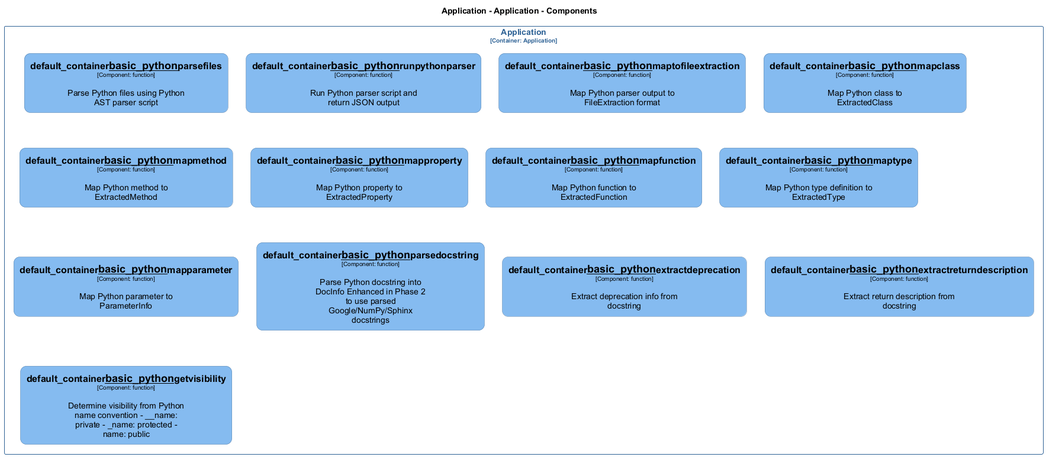
Earlier version of the PlantUML export docs/architecture/diagrams/structurizr-Classes_default_container__basic_python.png (chrislyons-dev/archlette).
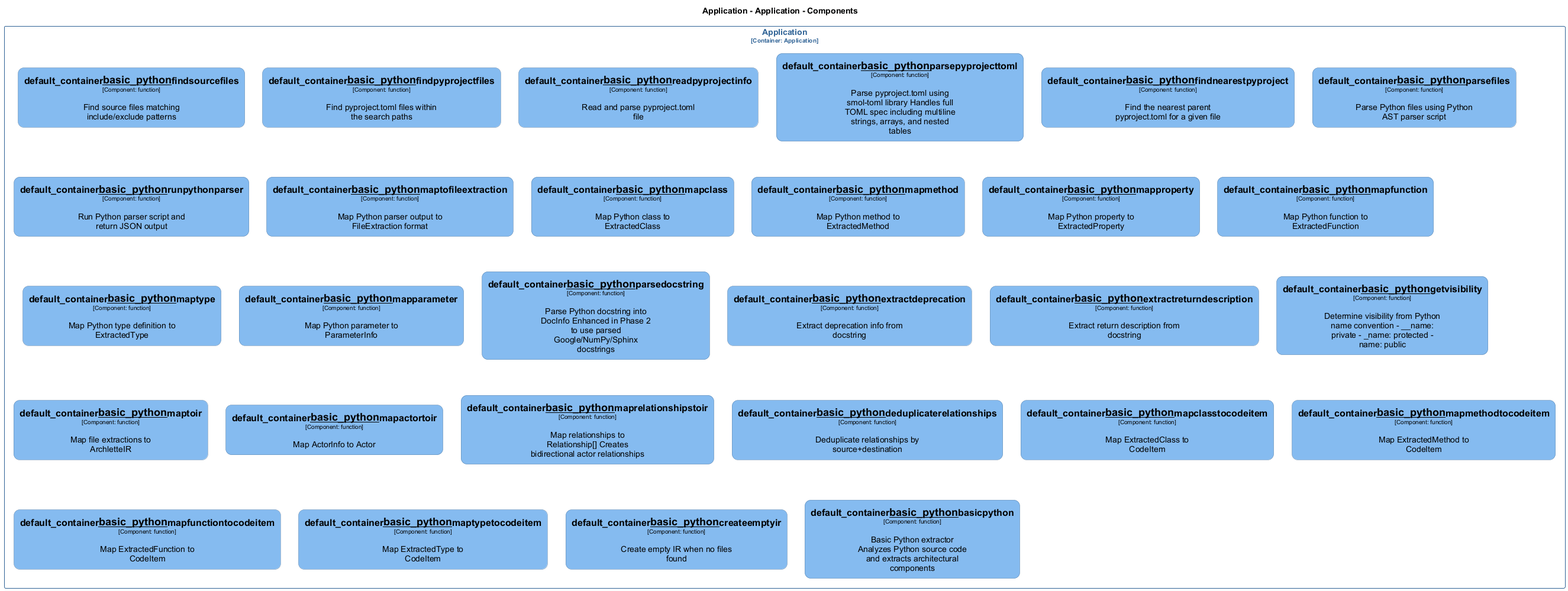
After the commit.

The edit, as a diff of the source:
```diff
@@ -16,6 +16,27 @@
 
 hide stereotype
 
+skinparam rectangle<<Application.Application.default_container__basic_python__basicpython>> {
+  BackgroundColor #85bbf0
+  FontColor #000000
+  BorderColor #5d82a8
+  roundCorner 20
+  shadowing false
+}
+skinparam rectangle<<Application.Application.default_container__basic_python__createemptyir>> {
+  BackgroundColor #85bbf0
+  FontColor #000000
+  BorderColor #5d82a8
+  roundCorner 20
+  shadowing false
+}
+skinparam rectangle<<Application.Application.default_container__basic_python__deduplicaterelationships>> {
+  BackgroundColor #85bbf0
+  FontColor #000000
+  BorderColor #5d82a8
+  roundCorner 20
+  shadowing false
+}
 skinparam rectangle<<Application.Application.default_container__basic_python__extractdeprecation>> {
   BackgroundColor #85bbf0
   FontColor #000000
@@ -30,7 +51,35 @@
   roundCorner 20
   shadowing false
 }
+skinparam rectangle<<Application.Application.default_container__basic_python__findnearestpyproject>> {
+  BackgroundColor #85bbf0
+  FontColor #000000
+  BorderColor #5d82a8
+  roundCorner 20
+  shadowing false
+}
+skinparam rectangle<<Application.Application.default_container__basic_python__findpyprojectfiles>> {
+  BackgroundColor #85bbf0
+  FontColor #000000
+  BorderColor #5d82a8
+  roundCorner 20
+  shadowing false
+}
+skinparam rectangle<<Application.Application.default_container__basic_python__findsourcefiles>> {
+  BackgroundColor #85bbf0
+  FontColor #000000
+  BorderColor #5d82a8
+  roundCorner 20
+  shadowing false
+}
 skinparam rectangle<<Application.Application.default_container__basic_python__getvisibility>> {
+  BackgroundColor #85bbf0
+  FontColor #000000
+  BorderColor #5d82a8
+  roundCorner 20
+  shadowing false
+}
+skinparam rectangle<<Application.Application.default_container__basic_python__mapactortoir>> {
   BackgroundColor #85bbf0
   FontColor #000000
   BorderColor #5d82a8
@@ -44,6 +93,13 @@
   roundCorner 20
   shadowing false
 }
+skinparam rectangle<<Application.Application.default_container__basic_python__mapclasstocodeitem>> {
+  BackgroundColor #85bbf0
+  FontColor #000000
+  BorderColor #5d82a8
+  roundCorner 20
+  shadowing false
+}
 skinparam rectangle<<Application.Application.default_container__basic_python__mapfunction>> {
   BackgroundColor #85bbf0
   FontColor #000000
@@ -51,7 +107,21 @@
   roundCorner 20
   shadowing false
 }
+skinparam rectangle<<Application.Application.default_container__basic_python__mapfunctiontocodeitem>> {
+  BackgroundColor #85bbf0
+  FontColor #000000
+  BorderColor #5d82a8
+  roundCorner 20
+  shadowing false
+}
 skinparam rectangle<<Application.Application.default_container__basic_python__mapmethod>> {
+  BackgroundColor #85bbf0
+  FontColor #000000
+  BorderColor #5d82a8
+  roundCorner 20
+  shadowing false
+}
+skinparam rectangle<<Application.Application.default_container__basic_python__mapmethodtocodeitem>> {
   BackgroundColor #85bbf0
   FontColor #000000
   BorderColor #5d82a8
@@ -72,6 +142,13 @@
   roundCorner 20
   shadowing false
 }
+skinparam rectangle<<Application.Application.default_container__basic_python__maprelationshipstoir>> {
+  BackgroundColor #85bbf0
+  FontColor #000000
+  BorderColor #5d82a8
+  roundCorner 20
+  shadowing false
+}
 skinparam rectangle<<Application.Application.default_container__basic_python__maptofileextraction>> {
   BackgroundColor #85bbf0
   FontColor #000000
@@ -79,7 +156,21 @@
   roundCorner 20
   shadowing false
 }
+skinparam rectangle<<Application.Application.default_container__basic_python__maptoir>> {
+  BackgroundColor #85bbf0
+  FontColor #000000
+  BorderColor #5d82a8
+  roundCorner 20
+  shadowing false
+}
 skinparam rectangle<<Application.Application.default_container__basic_python__maptype>> {
+  BackgroundColor #85bbf0
+  FontColor #000000
+  BorderColor #5d82a8
+  roundCorner 20
+  shadowing false
+}
+skinparam rectangle<<Application.Application.default_container__basic_python__maptypetocodeitem>> {
   BackgroundColor #85bbf0
   FontColor #000000
   BorderColor #5d82a8
@@ -100,6 +191,20 @@
   roundCorner 20
   shadowing false
 }
+skinparam rectangle<<Application.Application.default_container__basic_python__parsepyprojecttoml>> {
+  BackgroundColor #85bbf0
+  FontColor #000000
+  BorderColor #5d82a8
+  roundCorner 20
+  shadowing false
+}
+skinparam rectangle<<Application.Application.default_container__basic_python__readpyprojectinfo>> {
+  BackgroundColor #85bbf0
+  FontColor #000000
+  BorderColor #5d82a8
+  roundCorner 20
+  shadowing false
+}
 skinparam rectangle<<Application.Application.default_container__basic_python__runpythonparser>> {
   BackgroundColor #85bbf0
   FontColor #000000
@@ -114,6 +219,11 @@
 }
 
 rectangle "Application\n<size:10>[Container: Application]</size>" <<Application.Application>> {
+  rectangle "==default_container__basic_python__findsourcefiles\n<size:10>[Component: function]</size>\n\nFind source files matching include/exclude patterns" <<Application.Application.default_container__basic_python__findsourcefiles>> as Application.Application.default_container__basic_python__findsourcefiles
+  rectangle "==default_container__basic_python__findpyprojectfiles\n<size:10>[Component: function]</size>\n\nFind pyproject.toml files within the search paths" <<Application.Application.default_container__basic_python__findpyprojectfiles>> as Application.Application.default_container__basic_python__findpyprojectfiles
+  rectangle "==default_container__basic_python__readpyprojectinfo\n<size:10>[Component: function]</size>\n\nRead and parse pyproject.toml file" <<Application.Application.default_container__basic_python__readpyprojectinfo>> as Application.Application.default_container__basic_python__readpyprojectinfo
+  rectangle "==default_container__basic_python__parsepyprojecttoml\n<size:10>[Component: function]</size>\n\nParse pyproject.toml using smol-toml library Handles full TOML spec including multiline strings, arrays, and nested tables" <<Application.Application.default_container__basic_python__parsepyprojecttoml>> as Application.Application.default_container__basic_python__parsepyprojecttoml
+  rectangle "==default_container__basic_python__findnearestpyproject\n<size:10>[Component: function]</size>\n\nFind the nearest parent pyproject.toml for a given file" <<Application.Application.default_container__basic_python__findnearestpyproject>> as Application.Application.default_container__basic_python__findnearestpyproject
   rectangle "==default_container__basic_python__parsefiles\n<size:10>[Component: function]</size>\n\nParse Python files using Python AST parser script" <<Application.Application.default_container__basic_python__parsefiles>> as Application.Application.default_container__basic_python__parsefiles
   rectangle "==default_container__basic_python__runpythonparser\n<size:10>[Component: function]</size>\n\nRun Python parser script and return JSON output" <<Application.Application.default_container__basic_python__runpythonparser>> as Application.Application.default_container__basic_python__runpythonparser
   rectangle "==default_container__basic_python__maptofileextraction\n<size:10>[Component: function]</size>\n\nMap Python parser output to FileExtraction format" <<Application.Application.default_container__basic_python__maptofileextraction>> as Application.Application.default_container__basic_python__maptofileextraction
@@ -127,6 +237,16 @@
   rectangle "==default_container__basic_python__extractdeprecation\n<size:10>[Component: function]</size>\n\nExtract deprecation info from docstring" <<Application.Application.default_container__basic_python__extractdeprecation>> as Application.Application.default_container__basic_python__extractdeprecation
   rectangle "==default_container__basic_python__extractreturndescription\n<size:10>[Component: function]</size>\n\nExtract return description from docstring" <<Application.Application.default_container__basic_python__extractreturndescription>> as Application.Application.default_container__basic_python__extractreturndescription
   rectangle "==default_container__basic_python__getvisibility\n<size:10>[Component: function]</size>\n\nDetermine visibility from Python name convention - __name: private - _name: protected - name: public" <<Application.Application.default_container__basic_python__getvisibility>> as Application.Application.default_container__basic_python__getvisibility
+  rectangle "==default_container__basic_python__maptoir\n<size:10>[Component: function]</size>\n\nMap file extractions to ArchletteIR" <<Application.Application.default_container__basic_python__maptoir>> as Application.Application.default_container__basic_python__maptoir
+  rectangle "==default_container__basic_python__mapactortoir\n<size:10>[Component: function]</size>\n\nMap ActorInfo to Actor" <<Application.Application.default_container__basic_python__mapactortoir>> as Application.Application.default_container__basic_python__mapactortoir
+  rectangle "==default_container__basic_python__maprelationshipstoir\n<size:10>[Component: function]</size>\n\nMap relationships to Relationship[] Creates bidirectional actor relationships" <<Application.Application.default_container__basic_python__maprelationshipstoir>> as Application.Application.default_container__basic_python__maprelationshipstoir
+  rectangle "==default_container__basic_python__deduplicaterelationships\n<size:10>[Component: function]</size>\n\nDeduplicate relationships by source+destination" <<Application.Application.default_container__basic_python__deduplicaterelationships>> as Application.Application.default_container__basic_python__deduplicaterelationships
+  rectangle "==default_container__basic_python__mapclasstocodeitem\n<size:10>[Component: function]</size>\n\nMap ExtractedClass to CodeItem" <<Application.Application.default_container__basic_python__mapclasstocodeitem>> as Application.Application.default_container__basic_python__mapclasstocodeitem
+  rectangle "==default_container__basic_python__mapmethodtocodeitem\n<size:10>[Component: function]</size>\n\nMap ExtractedMethod to CodeItem" <<Application.Application.default_container__basic_python__mapmethodtocodeitem>> as Application.Application.default_container__basic_python__mapmethodtocodeitem
+  rectangle "==default_container__basic_python__mapfunctiontocodeitem\n<size:10>[Component: function]</size>\n\nMap ExtractedFunction to CodeItem" <<Application.Application.default_container__basic_python__mapfunctiontocodeitem>> as Application.Application.default_container__basic_python__mapfunctiontocodeitem
+  rectangle "==default_container__basic_python__maptypetocodeitem\n<size:10>[Component: function]</size>\n\nMap ExtractedType to CodeItem" <<Application.Application.default_container__basic_python__maptypetocodeitem>> as Application.Application.default_container__basic_python__maptypetocodeitem
+  rectangle "==default_container__basic_python__createemptyir\n<size:10>[Component: function]</size>\n\nCreate empty IR when no files found" <<Application.Application.default_container__basic_python__createemptyir>> as Application.Application.default_container__basic_python__createemptyir
+  rectangle "==default_container__basic_python__basicpython\n<size:10>[Component: function]</size>\n\nBasic Python extractor Analyzes Python source code and extracts architectural components" <<Application.Application.default_container__basic_python__basicpython>> as Application.Application.default_container__basic_python__basicpython
 }
 
 @enduml
```
